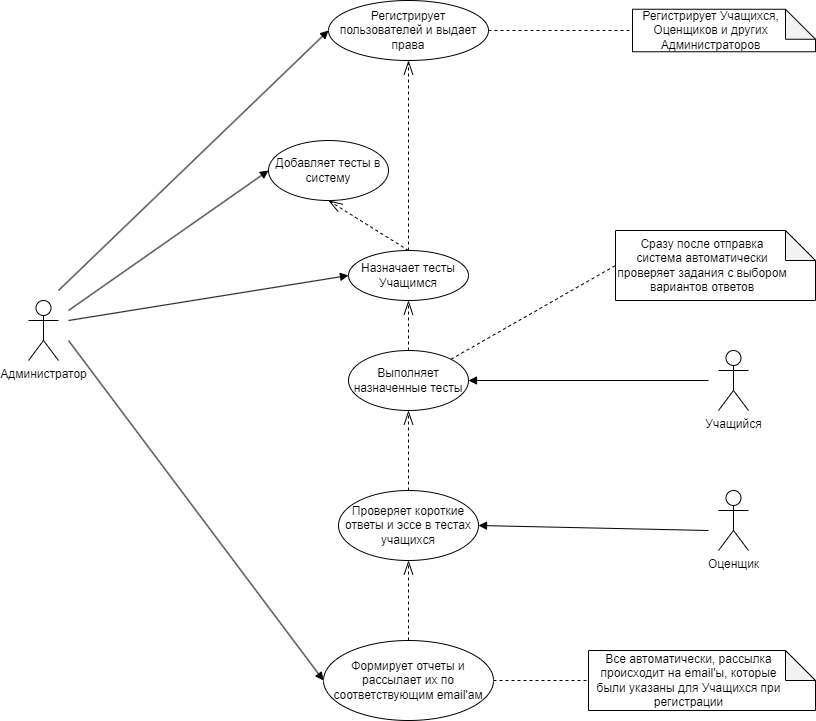
Before: imgs/use_cases_diagram.png, a diagram exported from draw.io (nnndk/SoftwareArchitectureHSE). Source tidied: cells renumbered, new cells last; positions are measured from the earlier drawing's top-left corner, leaving out a move shared by most shapes.
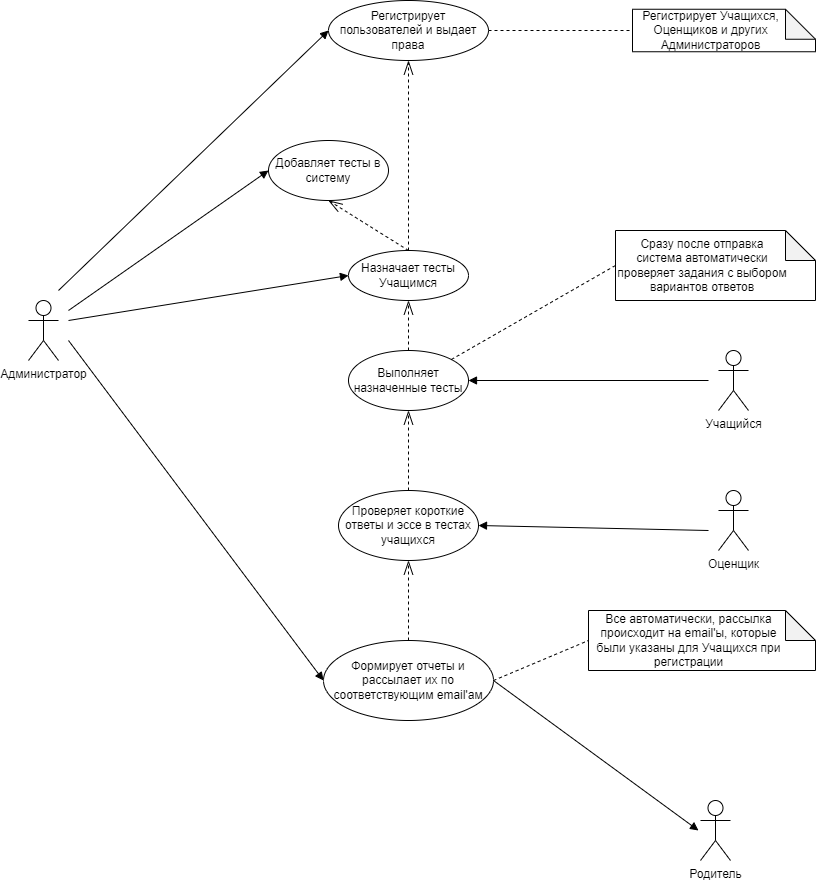
After the change.

Commit message:
add arrow to actor Родитель in use-case diagram

Change to the diagram source:
```diff
@@ -87,10 +87,18 @@
       <mxGeometry relative="1" as="geometry" />
     </mxCell>
     <mxCell id="26" value="Все автоматически, рассылка происходит на email'ы, которые были указаны для Учащихся при регистрации" style="shape=note;whiteSpace=wrap;html=1;backgroundOutline=1;darkOpacity=0.05;spacingRight=26;" parent="1" vertex="1">
-      <mxGeometry x="560" y="650" width="227" height="60" as="geometry" />
+      <mxGeometry x="560" y="610" width="227" height="60" as="geometry" />
     </mxCell>
     <mxCell id="27" style="endArrow=none;dashed=1;html=1;rounded=0;exitX=1;exitY=0.5;exitDx=0;exitDy=0;entryX=0;entryY=0.5;entryDx=0;entryDy=0;entryPerimeter=0;" parent="1" edge="1" source="21" target="26">
       <mxGeometry relative="1" as="geometry" />
     </mxCell>
+    <mxCell id="28" value="Родитель" style="shape=umlActor;verticalLabelPosition=bottom;verticalAlign=top;html=1;" parent="1" vertex="1">
+      <mxGeometry x="672" y="800" width="30" height="60" as="geometry" />
+    </mxCell>
+    <mxCell id="29" style="endArrow=block;html=1;rounded=0;endFill=1;exitX=1;exitY=0.5;exitDx=0;exitDy=0;" parent="1" edge="1" source="21">
+      <mxGeometry relative="1" as="geometry">
+        <mxPoint x="670" y="830" as="targetPoint" />
+      </mxGeometry>
+    </mxCell>
   </root>
 </mxGraphModel>
```
